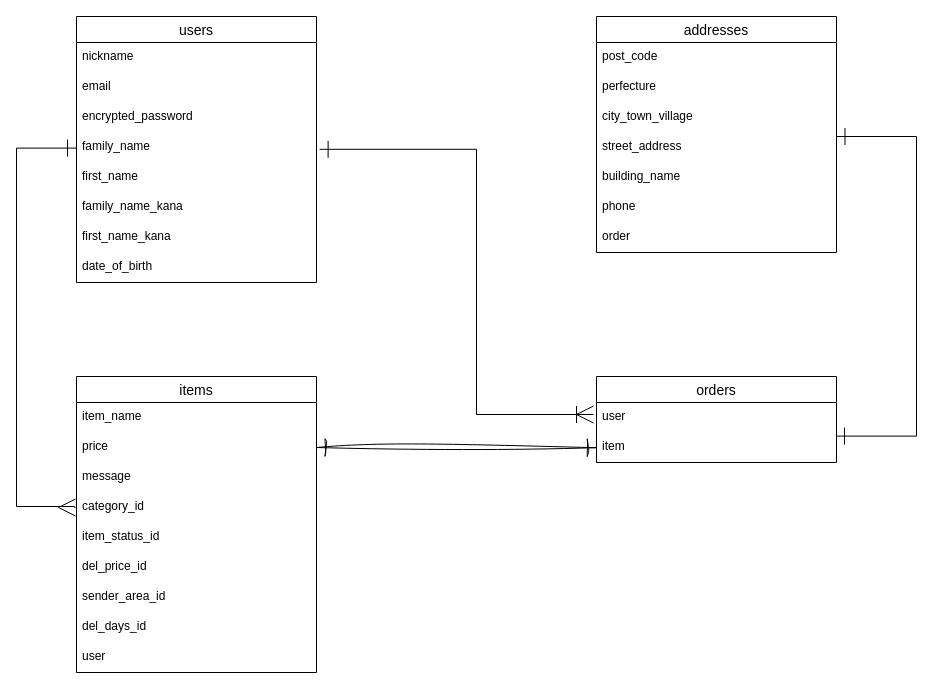
Above: furima-39706.dio in e-t-21/furima-39706 (draw.io), before the change. Source tidied: cells renumbered, new cells numbered last; positions are measured from the earlier drawing's top-left corner, leaving out a move shared by most shapes. Both pictures are drawn from the tidied source at 100%, with x=0, y=0 at pixel (16, 16).
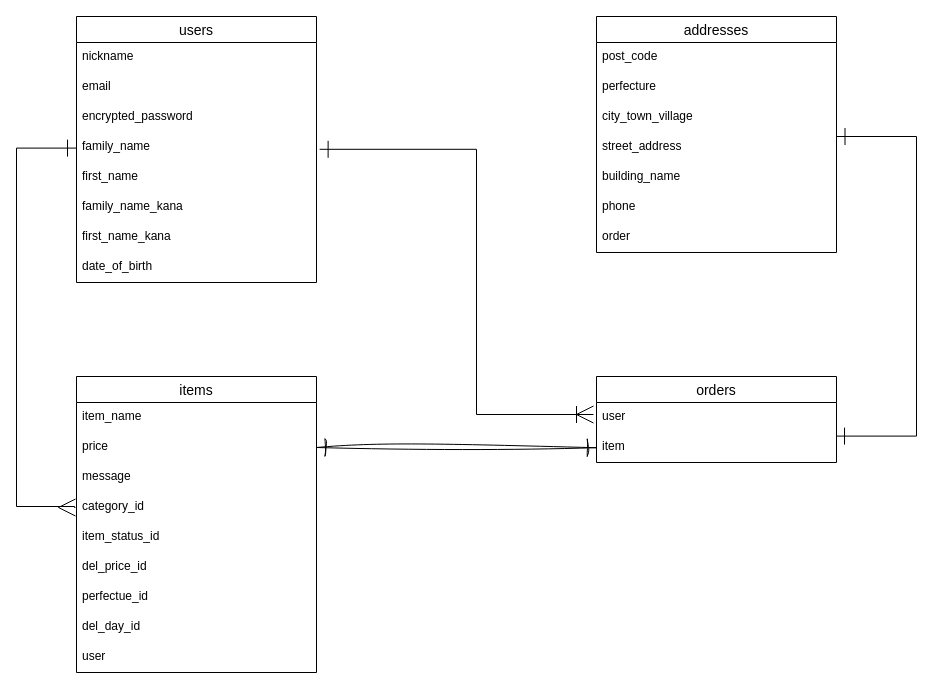
The same page after the edit.

Unchanged cells that the change refers to:
```xml
<mxCell id="11" value="items" style="swimlane;fontStyle=0;horizontal=1;startSize=26;align=center;fontSize=14;" parent="1" vertex="1">
  <mxGeometry x="60" y="360" width="240" height="296" as="geometry" />
</mxCell>
```

What changed in the source:
```diff
@@
-    <mxCell id="18" value="sender_area_id" style="text;strokeColor=none;fillColor=none;spacingLeft=4;spacingRight=4;overflow=hidden;fontSize=12;" parent="11" vertex="1">
+    <mxCell id="18" value="perfectue_id" style="text;strokeColor=none;fillColor=none;spacingLeft=4;spacingRight=4;overflow=hidden;fontSize=12;" parent="11" vertex="1">
       <mxGeometry y="206" width="240" height="30" as="geometry" />
     </mxCell>
-    <mxCell id="19" value="del_days_id" style="text;strokeColor=none;fillColor=none;spacingLeft=4;spacingRight=4;overflow=hidden;fontSize=12;" parent="11" vertex="1">
+    <mxCell id="19" value="del_day_id" style="text;strokeColor=none;fillColor=none;spacingLeft=4;spacingRight=4;overflow=hidden;fontSize=12;" parent="11" vertex="1">
       <mxGeometry y="236" width="240" height="30" as="geometry" />
     </mxCell>
```
